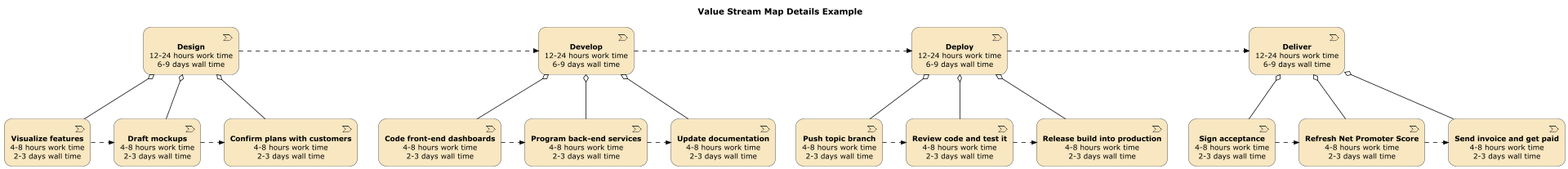
SixArm/archimate-examples keeps this PlantUML diagram as doc/examples/value-stream-map-aggregation/value-stream-map-aggregation.png. Above is the earlier version. Source of this version:
```plantuml
@startuml
scale 1920*1080
!include archimate.puml

title Value Stream Map Details Example

Strategy_ValueStream(design, "**Design**\n12-24 hours work time\n6-9 days wall time")
Strategy_ValueStream(visualize_features, "**Visualize features**\n4-8 hours work time\n2-3 days wall time")
Strategy_ValueStream(draft_mockups, "**Draft mockups**\n4-8 hours work time\n2-3 days wall time")
Strategy_ValueStream(confirm_plans, "**Confirm plans with customers**\n4-8 hours work time\n2-3 days wall time")
Rel_Aggregation_Down(design, visualize_features)
Rel_Aggregation_Down(design, draft_mockups)
Rel_Aggregation_Down(design, confirm_plans)
Rel_Flow_Right(visualize_features, draft_mockups)
Rel_Flow_Right(draft_mockups, confirm_plans)

Strategy_ValueStream(develop, "**Develop**\n12-24 hours work time\n6-9 days wall time")
Strategy_ValueStream(code_front_end, "**Code front-end dashboards**\n4-8 hours work time\n2-3 days wall time")
Strategy_ValueStream(program_back_end, "**Program back-end services**\n4-8 hours work time\n2-3 days wall time")
Strategy_ValueStream(update_documentation, "**Update documentation**\n4-8 hours work time\n2-3 days wall time")
Rel_Aggregation_Down(develop, code_front_end)
Rel_Aggregation_Down(develop, program_back_end)
Rel_Aggregation_Down(develop, update_documentation)
Rel_Flow_Right(code_front_end, program_back_end)
Rel_Flow_Right(program_back_end,update_documentation)

Strategy_ValueStream(deploy, "**Deploy**\n12-24 hours work time\n6-9 days wall time")
Strategy_ValueStream(push_topic, "**Push topic branch**\n4-8 hours work time\n2-3 days wall time")
Strategy_ValueStream(review_code, "**Review code and test it**\n4-8 hours work time\n2-3 days wall time")
Strategy_ValueStream(release_build, "**Release build into production**\n4-8 hours work time\n2-3 days wall time")
Rel_Aggregation_Down(deploy, push_topic)
Rel_Aggregation_Down(deploy, review_code)
Rel_Aggregation_Down(deploy, release_build)
Rel_Flow_Right(push_topic, review_code)
Rel_Flow_Right(review_code, release_build)

Strategy_ValueStream(deliver, "**Deliver**\n12-24 hours work time\n6-9 days wall time")
Strategy_ValueStream(sign_acceptance, "**Sign acceptance**\n4-8 hours work time\n2-3 days wall time")
Strategy_ValueStream(refresh_nps, "**Refresh Net Promoter Score**\n4-8 hours work time\n2-3 days wall time")
Strategy_ValueStream(send_invoice, "**Send invoice and get paid **\n4-8 hours work time\n2-3 days wall time")
Rel_Aggregation_Down(deliver, sign_acceptance)
Rel_Aggregation_Down(deliver, refresh_nps)
Rel_Aggregation_Down(deliver, send_invoice)
Rel_Flow_Right(sign_acceptance, refresh_nps)
Rel_Flow_Right(refresh_nps, send_invoice)

Rel_Flow_Right(design, develop)
Rel_Flow_Right(develop, deploy)
Rel_Flow_Right(deploy, deliver)

@enduml
```
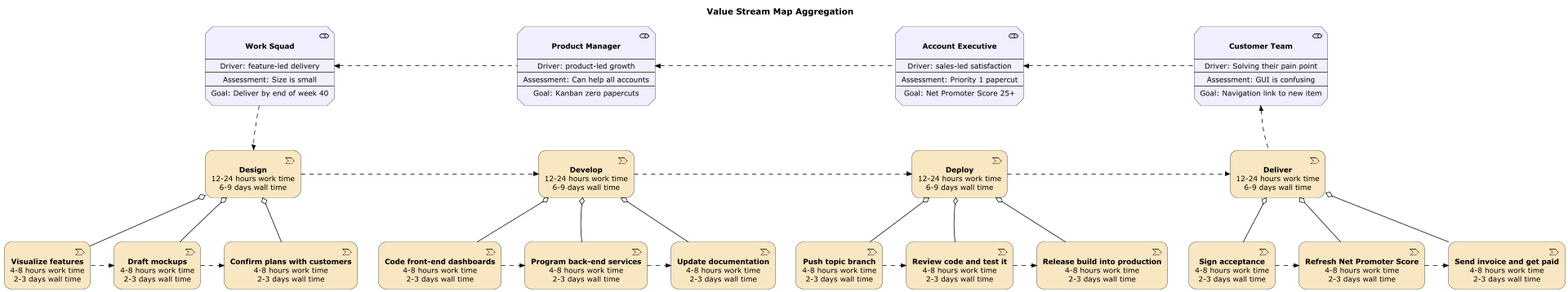
The same diagram one commit later.

Commit message:
Add value-stream-map-aggregation

What changed in the source:
```diff
@@ -1,8 +1,8 @@
 @startuml
 scale 1920*1080
-!include archimate.puml
+!include ../Archimate.puml
 
-title Value Stream Map Details Example
+title Value Stream Map Aggregation
 
 Strategy_ValueStream(design, "**Design**\n12-24 hours work time\n6-9 days wall time")
 Strategy_ValueStream(visualize_features, "**Visualize features**\n4-8 hours work time\n2-3 days wall time")
@@ -48,4 +48,27 @@
 Rel_Flow_Right(develop, deploy)
 Rel_Flow_Right(deploy, deliver)
 
+design -[hidden]d-> draft_mockups
+develop -[hidden]d-> program_back_end
+deploy -[hidden]d-> review_code
+deliver -[hidden]d-> refresh_nps
+
+
+Motivation_Stakeholder(customer_team, "**Customer Team**\n\n--\nDriver: Solving their pain point\n--\nAssessment: GUI is confusing\n--\nGoal: Navigation link to new item")
+Motivation_Stakeholder(account_executive, "**Account Executive**\n\n--\nDriver: sales-led satisfaction\n--\nAssessment: Priority 1 papercut\n--\nGoal: Net Promoter Score 25+")
+Motivation_Stakeholder(product_manager, "**Product Manager**\n\n--\nDriver: product-led growth\n--\nAssessment: Can help all accounts\n--\nGoal: Kanban zero papercuts")
+Motivation_Stakeholder(work_squad, "**Work Squad**\n\n--\nDriver: feature-led delivery\n--\nAssessment: Size is small\n--\nGoal: Deliver by end of week 40")
+
+Rel_Flow_Left(customer_team, account_executive)
+Rel_Flow_Left(account_executive, product_manager)
+Rel_Flow_Left(product_manager, work_squad)
+
+Rel_Flow_Down(work_squad, design)
+Rel_Flow_Up(deliver, customer_team)
+
+work_squad -[hidden]d-> design
+product_manager -[hidden]d-> develop
+account_executive -[hidden]d-> deploy
+customer_team -[hidden]d-> deliver
+
 @enduml
```
